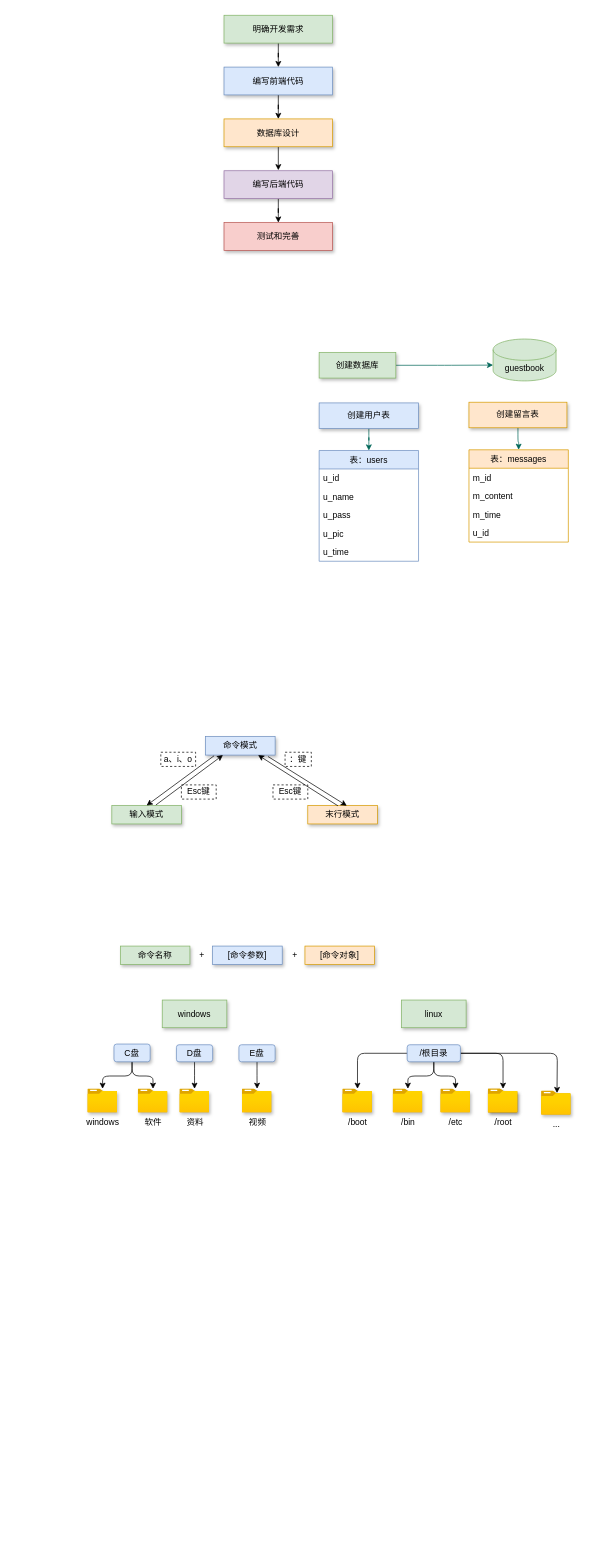
This is page "Page-2" (2 of 3) of Untitled Diagram.drawio from SandaoTu/learngit, a draw.io file, before an edit. Source tidied: cells renumbered, new cells numbered last; positions are measured from the earlier drawing's top-left corner, leaving out a move shared by most shapes. Both pictures are drawn from the tidied source at 71%, with x=0, y=0 at pixel (87, 15).
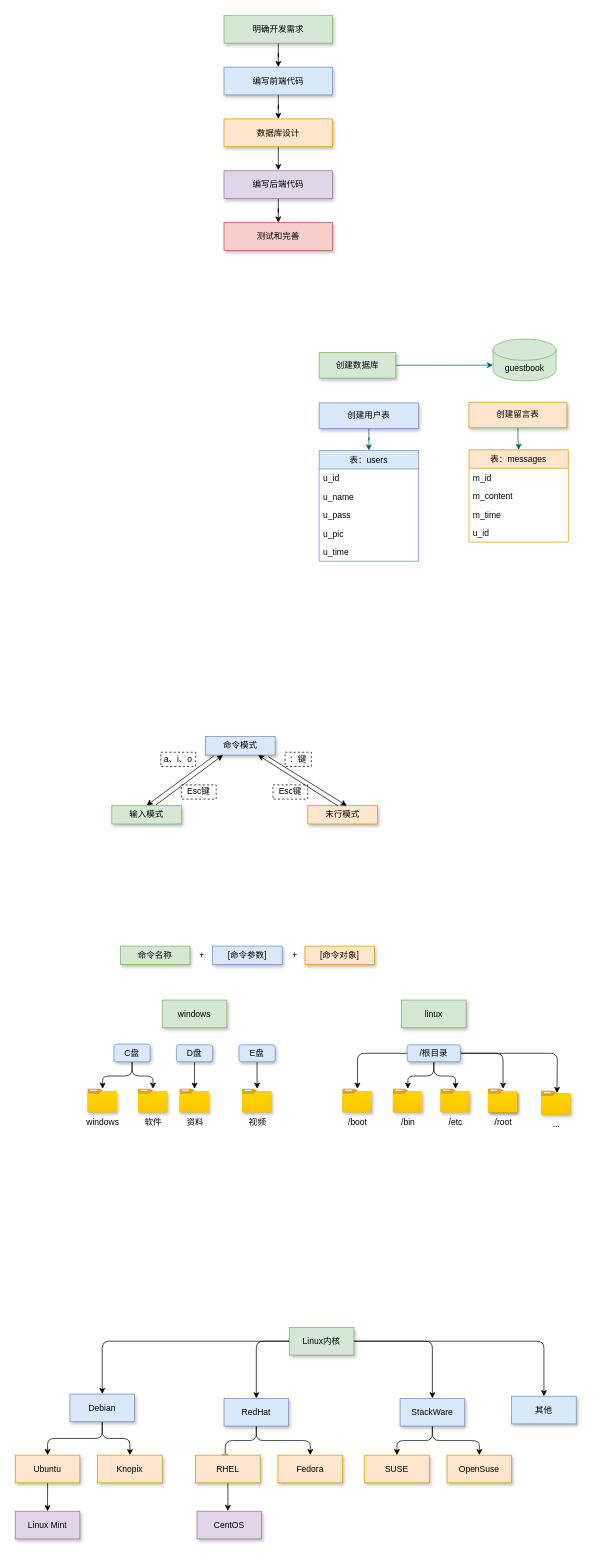
After the change.

Change to the diagram source:
```diff
@@
+    <mxCell id="70" style="edgeStyle=orthogonalEdgeStyle;curved=0;rounded=1;sketch=0;jettySize=auto;html=1;entryX=0.5;entryY=0;entryDx=0;entryDy=0;fontColor=#000000;strokeColor=#000000;fillColor=#21C0A5;" parent="1" edge="1" source="74" target="77">
+      <mxGeometry relative="1" as="geometry" />
+    </mxCell>
+    <mxCell id="71" style="edgeStyle=orthogonalEdgeStyle;curved=0;rounded=1;sketch=0;jettySize=auto;html=1;fontColor=#000000;strokeColor=#000000;fillColor=#21C0A5;" parent="1" edge="1" source="74" target="80">
+      <mxGeometry relative="1" as="geometry" />
+    </mxCell>
+    <mxCell id="72" style="edgeStyle=orthogonalEdgeStyle;curved=0;rounded=1;sketch=0;jettySize=auto;html=1;entryX=0.5;entryY=0;entryDx=0;entryDy=0;fontColor=#000000;strokeColor=#000000;fillColor=#21C0A5;" parent="1" edge="1" source="74" target="83">
+      <mxGeometry relative="1" as="geometry" />
+    </mxCell>
+    <mxCell id="73" style="edgeStyle=orthogonalEdgeStyle;curved=0;rounded=1;sketch=0;jettySize=auto;html=1;entryX=0.5;entryY=0;entryDx=0;entryDy=0;fontColor=#000000;strokeColor=#000000;fillColor=#21C0A5;" parent="1" edge="1" source="74" target="84">
+      <mxGeometry relative="1" as="geometry" />
+    </mxCell>
+    <mxCell id="74" value="Linux内核" style="text;html=1;strokeColor=#82b366;fillColor=#d5e8d4;align=center;verticalAlign=middle;whiteSpace=wrap;rounded=0;shadow=1;sketch=0;" parent="1" vertex="1">
+      <mxGeometry x="284" y="1848" width="91" height="39" as="geometry" />
+    </mxCell>
+    <mxCell id="75" style="edgeStyle=orthogonalEdgeStyle;curved=0;rounded=1;sketch=0;jettySize=auto;html=1;entryX=0.5;entryY=0;entryDx=0;entryDy=0;fontColor=#000000;strokeColor=#000000;fillColor=#21C0A5;" parent="1" edge="1" source="77" target="86">
+      <mxGeometry relative="1" as="geometry" />
+    </mxCell>
+    <mxCell id="76" style="edgeStyle=orthogonalEdgeStyle;curved=0;rounded=1;sketch=0;jettySize=auto;html=1;entryX=0.5;entryY=0;entryDx=0;entryDy=0;fontColor=#000000;strokeColor=#000000;fillColor=#21C0A5;" parent="1" edge="1" source="77" target="87">
+      <mxGeometry relative="1" as="geometry" />
+    </mxCell>
+    <mxCell id="77" value="Debian" style="text;html=1;strokeColor=#6c8ebf;fillColor=#dae8fc;align=center;verticalAlign=middle;whiteSpace=wrap;rounded=0;shadow=1;sketch=0;" parent="1" vertex="1">
+      <mxGeometry x="-25" y="1942" width="91" height="39" as="geometry" />
+    </mxCell>
+    <mxCell id="78" style="edgeStyle=orthogonalEdgeStyle;curved=0;rounded=1;sketch=0;jettySize=auto;html=1;entryX=0.458;entryY=0.188;entryDx=0;entryDy=0;entryPerimeter=0;fontColor=#000000;strokeColor=#000000;fillColor=#21C0A5;" parent="1" edge="1" source="80" target="89">
+      <mxGeometry relative="1" as="geometry" />
+    </mxCell>
+    <mxCell id="79" style="edgeStyle=orthogonalEdgeStyle;curved=0;rounded=1;sketch=0;jettySize=auto;html=1;entryX=0.5;entryY=0;entryDx=0;entryDy=0;fontColor=#000000;strokeColor=#000000;fillColor=#21C0A5;" parent="1" edge="1" source="80" target="90">
+      <mxGeometry relative="1" as="geometry" />
+    </mxCell>
+    <mxCell id="80" value="RedHat" style="text;html=1;strokeColor=#6c8ebf;fillColor=#dae8fc;align=center;verticalAlign=middle;whiteSpace=wrap;rounded=0;shadow=1;sketch=0;" parent="1" vertex="1">
+      <mxGeometry x="192" y="1948" width="91" height="39" as="geometry" />
+    </mxCell>
+    <mxCell id="81" style="edgeStyle=orthogonalEdgeStyle;curved=0;rounded=1;sketch=0;jettySize=auto;html=1;entryX=0.5;entryY=0;entryDx=0;entryDy=0;fontColor=#000000;strokeColor=#000000;fillColor=#21C0A5;" parent="1" edge="1" source="83" target="91">
+      <mxGeometry relative="1" as="geometry" />
+    </mxCell>
+    <mxCell id="82" style="edgeStyle=orthogonalEdgeStyle;curved=0;rounded=1;sketch=0;jettySize=auto;html=1;entryX=0.5;entryY=0;entryDx=0;entryDy=0;fontColor=#000000;strokeColor=#000000;fillColor=#21C0A5;" parent="1" edge="1" source="83" target="92">
+      <mxGeometry relative="1" as="geometry" />
+    </mxCell>
+    <mxCell id="83" value="StackWare" style="text;html=1;strokeColor=#6c8ebf;fillColor=#dae8fc;align=center;verticalAlign=middle;whiteSpace=wrap;rounded=0;shadow=1;sketch=0;" parent="1" vertex="1">
+      <mxGeometry x="440" y="1948" width="91" height="39" as="geometry" />
+    </mxCell>
+    <mxCell id="84" value="其他" style="text;html=1;strokeColor=#6c8ebf;fillColor=#dae8fc;align=center;verticalAlign=middle;whiteSpace=wrap;rounded=0;shadow=1;sketch=0;" parent="1" vertex="1">
+      <mxGeometry x="597.1" y="1945" width="91" height="39" as="geometry" />
+    </mxCell>
+    <mxCell id="85" style="edgeStyle=orthogonalEdgeStyle;curved=0;rounded=1;sketch=0;jettySize=auto;html=1;fontColor=#000000;strokeColor=#000000;fillColor=#21C0A5;entryX=0.5;entryY=0;entryDx=0;entryDy=0;" parent="1" edge="1" source="86" target="93">
+      <mxGeometry relative="1" as="geometry" />
+    </mxCell>
+    <mxCell id="86" value="Ubuntu" style="text;html=1;strokeColor=#d79b00;fillColor=#ffe6cc;align=center;verticalAlign=middle;whiteSpace=wrap;rounded=0;shadow=1;sketch=0;" parent="1" vertex="1">
+      <mxGeometry x="-102" y="2028" width="91" height="39" as="geometry" />
+    </mxCell>
+    <mxCell id="87" value="Knopix" style="text;html=1;strokeColor=#d79b00;fillColor=#ffe6cc;align=center;verticalAlign=middle;whiteSpace=wrap;rounded=0;shadow=1;sketch=0;" parent="1" vertex="1">
+      <mxGeometry x="14" y="2028" width="91" height="39" as="geometry" />
+    </mxCell>
+    <mxCell id="88" style="edgeStyle=orthogonalEdgeStyle;curved=0;rounded=1;sketch=0;jettySize=auto;html=1;fontColor=#000000;strokeColor=#000000;fillColor=#21C0A5;" parent="1" edge="1" source="89">
+      <mxGeometry relative="1" as="geometry">
+        <mxPoint x="197.5" y="2106.7" as="targetPoint" />
+      </mxGeometry>
+    </mxCell>
+    <mxCell id="89" value="RHEL" style="text;html=1;strokeColor=#d79b00;fillColor=#ffe6cc;align=center;verticalAlign=middle;whiteSpace=wrap;rounded=0;shadow=1;sketch=0;" parent="1" vertex="1">
+      <mxGeometry x="152" y="2028" width="91" height="39" as="geometry" />
+    </mxCell>
+    <mxCell id="90" value="Fedora" style="text;html=1;strokeColor=#d79b00;fillColor=#ffe6cc;align=center;verticalAlign=middle;whiteSpace=wrap;rounded=0;shadow=1;sketch=0;" parent="1" vertex="1">
+      <mxGeometry x="268" y="2028" width="91" height="39" as="geometry" />
+    </mxCell>
+    <mxCell id="91" value="SUSE" style="text;html=1;strokeColor=#d79b00;fillColor=#ffe6cc;align=center;verticalAlign=middle;whiteSpace=wrap;rounded=0;shadow=1;sketch=0;" parent="1" vertex="1">
+      <mxGeometry x="390.1" y="2028" width="91" height="39" as="geometry" />
+    </mxCell>
+    <mxCell id="92" value="OpenSuse" style="text;html=1;strokeColor=#d79b00;fillColor=#ffe6cc;align=center;verticalAlign=middle;whiteSpace=wrap;rounded=0;shadow=1;sketch=0;" parent="1" vertex="1">
+      <mxGeometry x="506.1" y="2028" width="91" height="39" as="geometry" />
+    </mxCell>
+    <mxCell id="93" value="Linux Mint" style="text;html=1;strokeColor=#9673a6;fillColor=#e1d5e7;align=center;verticalAlign=middle;whiteSpace=wrap;rounded=0;shadow=1;sketch=0;" parent="1" vertex="1">
+      <mxGeometry x="-102" y="2107" width="91" height="39" as="geometry" />
+    </mxCell>
+    <mxCell id="94" value="CentOS" style="text;html=1;strokeColor=#9673a6;fillColor=#e1d5e7;align=center;verticalAlign=middle;whiteSpace=wrap;rounded=0;shadow=1;sketch=0;" parent="1" vertex="1">
+      <mxGeometry x="154" y="2107" width="91" height="39" as="geometry" />
+    </mxCell>
```
